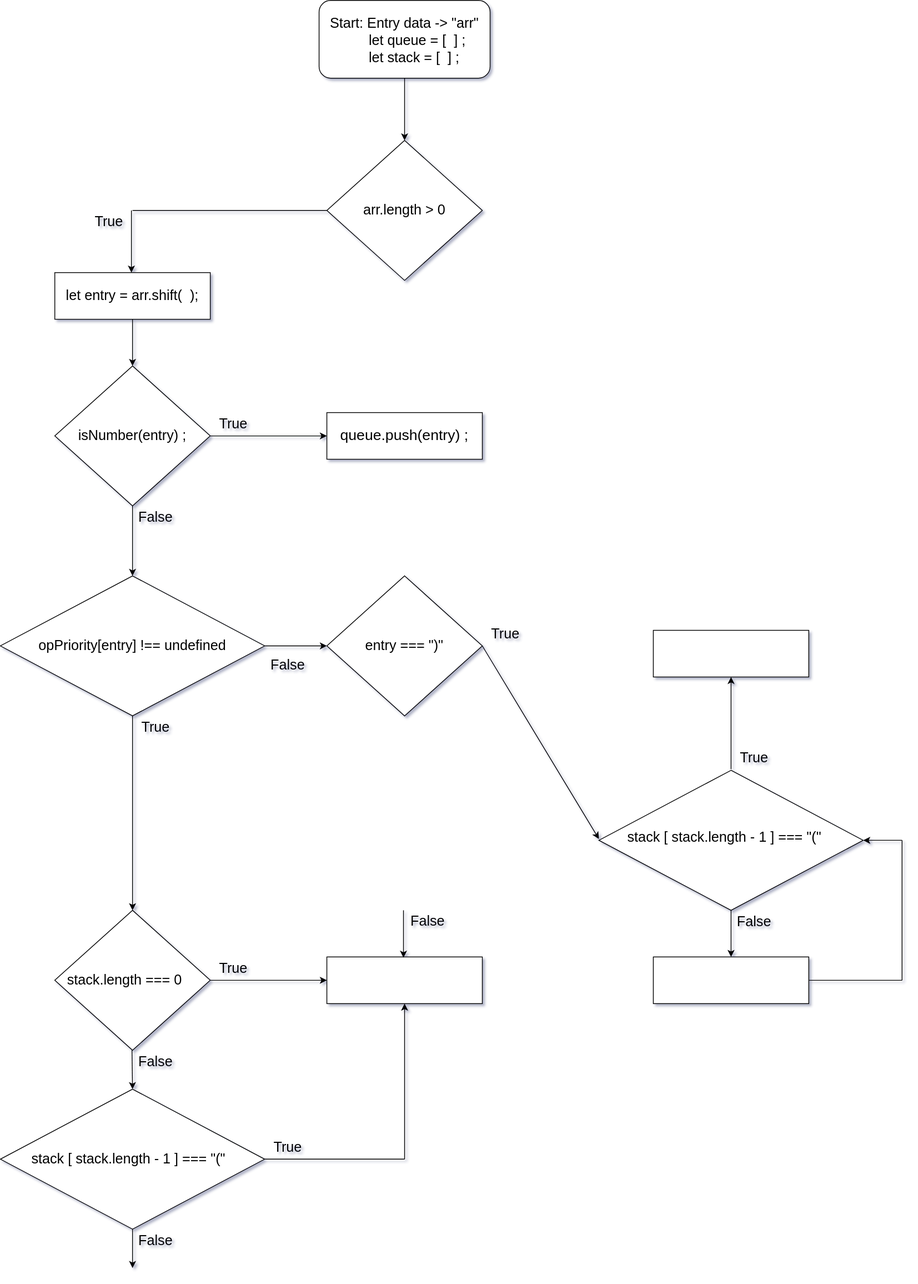
Above: Untitled Diagram.drawio.svg in jcgm3205/jcgm3205 (draw.io), before the change. Source tidied: cells renumbered, new cells last; positions are measured from the earlier drawing's top-left corner, leaving out a move shared by most shapes.
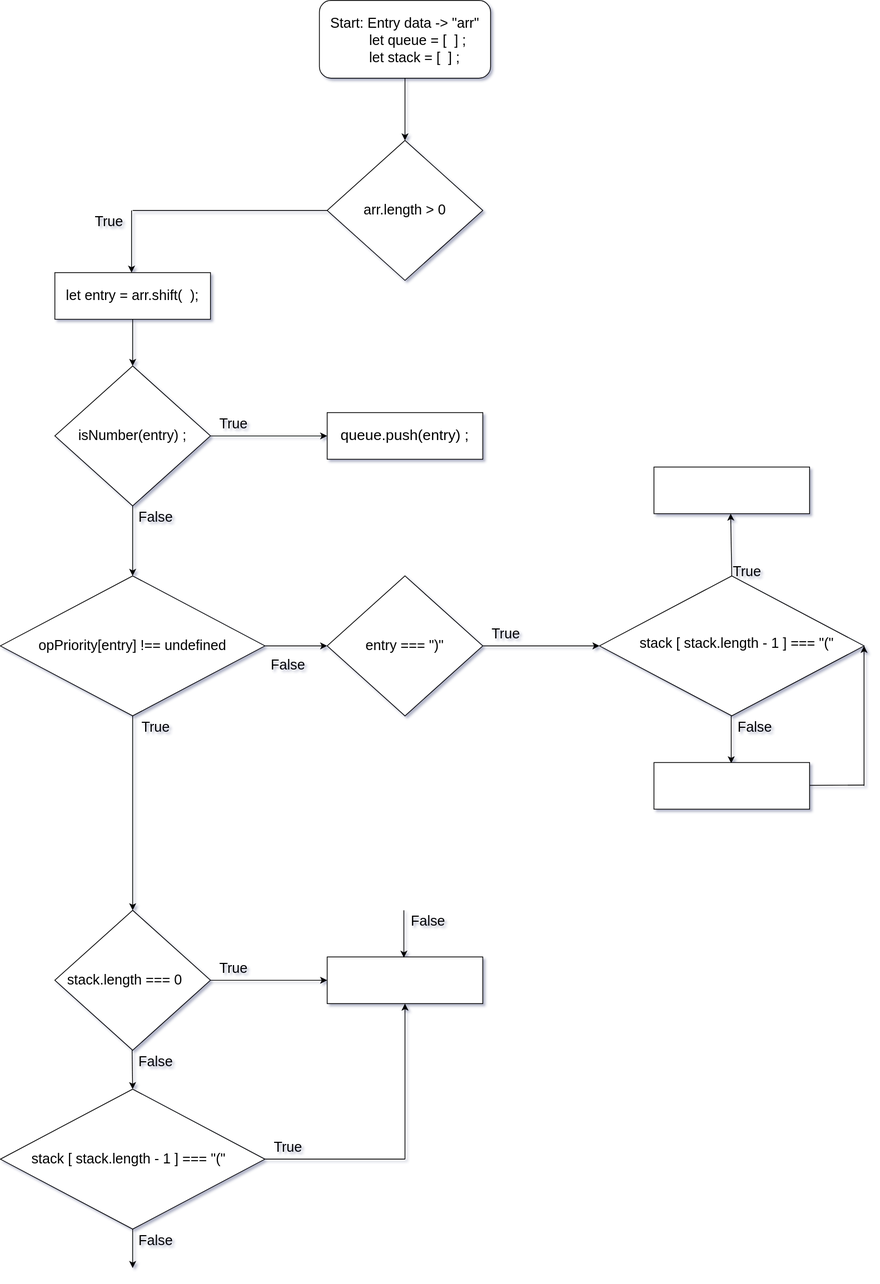
After the change.

Change to the diagram source:
```diff
@@ -93,8 +93,8 @@
     </mxCell>
     <mxCell id="28" style="endArrow=classic;html=1;rounded=0;fontSize=18;" parent="1" edge="1">
       <mxGeometry relative="1" as="geometry">
-        <mxPoint x="940" y="1169" as="sourcePoint" />
-        <mxPoint x="940" y="1230" as="targetPoint" />
+        <mxPoint x="939.3" y="920" as="sourcePoint" />
+        <mxPoint x="939.3" y="981" as="targetPoint" />
       </mxGeometry>
     </mxCell>
     <mxCell id="29" style="rounded=0;whiteSpace=wrap;html=1;fontSize=18;" parent="1" vertex="1">
@@ -155,31 +155,28 @@
     <mxCell id="43" value="False" style="text;html=1;strokeColor=none;fillColor=none;align=center;verticalAlign=middle;whiteSpace=wrap;rounded=0;fontSize=18;" parent="1" vertex="1">
       <mxGeometry x="170" y="1350" width="60" height="30" as="geometry" />
     </mxCell>
-    <mxCell id="44" style="endArrow=classic;html=1;rounded=0;fontSize=18;entryX=0;entryY=0.5;entryDx=0;entryDy=0;exitX=1;exitY=0.5;exitDx=0;exitDy=0;" parent="1" edge="1" source="24">
-      <mxGeometry relative="1" as="geometry">
-        <mxPoint x="770" y="1078.3" as="targetPoint" />
-      </mxGeometry>
+    <mxCell id="44" style="endArrow=classic;html=1;rounded=0;fontSize=18;entryX=0;entryY=0.5;entryDx=0;entryDy=0;exitX=1;exitY=0.5;exitDx=0;exitDy=0;" parent="1" edge="1" source="24" target="45">
+      <mxGeometry relative="1" as="geometry" />
     </mxCell>
     <mxCell id="45" style="rhombus;whiteSpace=wrap;html=1;fontSize=14;" parent="1" vertex="1">
-      <mxGeometry x="770" y="990" width="340" height="180" as="geometry" />
+      <mxGeometry x="770" y="740" width="340" height="180" as="geometry" />
     </mxCell>
     <mxCell id="46" value="stack [ stack.length - 1 ] === &quot;(&quot;" style="text;whiteSpace=wrap;html=1;fontSize=18;" parent="1" vertex="1">
-      <mxGeometry x="805" y="1059" width="270" height="40" as="geometry" />
+      <mxGeometry x="820" y="810" width="270" height="40" as="geometry" />
     </mxCell>
     <mxCell id="47" value="True" style="text;html=1;strokeColor=none;fillColor=none;align=center;verticalAlign=middle;whiteSpace=wrap;rounded=0;fontSize=18;" parent="1" vertex="1">
       <mxGeometry x="620" y="800" width="60" height="30" as="geometry" />
     </mxCell>
-    <mxCell id="48" style="endArrow=classic;html=1;rounded=0;fontSize=18;" parent="1" edge="1">
+    <mxCell id="48" style="endArrow=classic;html=1;rounded=0;fontSize=18;exitX=0.5;exitY=0;exitDx=0;exitDy=0;" parent="1" edge="1" source="45">
       <mxGeometry relative="1" as="geometry">
-        <mxPoint x="940" y="988.6" as="sourcePoint" />
-        <mxPoint x="940" y="870" as="targetPoint" />
+        <mxPoint x="938.6" y="660" as="targetPoint" />
       </mxGeometry>
     </mxCell>
     <mxCell id="49" value="True" style="text;html=1;strokeColor=none;fillColor=none;align=center;verticalAlign=middle;whiteSpace=wrap;rounded=0;fontSize=18;" parent="1" vertex="1">
-      <mxGeometry x="940" y="959" width="60" height="30" as="geometry" />
+      <mxGeometry x="930" y="720" width="60" height="30" as="geometry" />
     </mxCell>
     <mxCell id="50" style="rounded=0;whiteSpace=wrap;html=1;fontSize=18;" parent="1" vertex="1">
-      <mxGeometry x="840" y="810" width="200" height="60" as="geometry" />
+      <mxGeometry x="840" y="600" width="200" height="60" as="geometry" />
     </mxCell>
     <mxCell id="51" style="endArrow=classic;html=1;rounded=0;fontSize=18;" parent="1" edge="1">
       <mxGeometry relative="1" as="geometry">
@@ -188,26 +185,20 @@
       </mxGeometry>
     </mxCell>
     <mxCell id="52" value="False" style="text;html=1;strokeColor=none;fillColor=none;align=center;verticalAlign=middle;whiteSpace=wrap;rounded=0;fontSize=18;" parent="1" vertex="1">
-      <mxGeometry x="940" y="1170" width="60" height="30" as="geometry" />
+      <mxGeometry x="940" y="920" width="60" height="30" as="geometry" />
     </mxCell>
     <mxCell id="53" style="rounded=0;whiteSpace=wrap;html=1;fontSize=18;" parent="1" vertex="1">
-      <mxGeometry x="840" y="1230" width="200" height="60" as="geometry" />
+      <mxGeometry x="840" y="980" width="200" height="60" as="geometry" />
     </mxCell>
     <mxCell id="54" style="endArrow=none;html=1;rounded=0;fontSize=18;" parent="1" edge="1">
       <mxGeometry relative="1" as="geometry">
-        <mxPoint x="1040" y="1260" as="sourcePoint" />
-        <mxPoint x="1160" y="1260" as="targetPoint" />
+        <mxPoint x="1040" y="1009.3" as="sourcePoint" />
+        <mxPoint x="1110" y="1009" as="targetPoint" />
       </mxGeometry>
     </mxCell>
-    <mxCell id="55" style="endArrow=none;html=1;rounded=0;fontSize=18;" parent="1" edge="1">
-      <mxGeometry relative="1" as="geometry">
-        <mxPoint x="1160" y="1260" as="sourcePoint" />
-        <mxPoint x="1160" y="1080" as="targetPoint" />
-      </mxGeometry>
-    </mxCell>
     <mxCell id="56" style="endArrow=classic;html=1;rounded=0;fontSize=18;entryX=1;entryY=0.5;entryDx=0;entryDy=0;" parent="1" edge="1" target="45">
       <mxGeometry relative="1" as="geometry">
-        <mxPoint x="1160" y="1080" as="sourcePoint" />
+        <mxPoint x="1110" y="1010" as="sourcePoint" />
       </mxGeometry>
     </mxCell>
     <mxCell id="57" style="endArrow=none;html=1;rounded=0;fontSize=18;entryX=0;entryY=0.5;entryDx=0;entryDy=0;" parent="1" edge="1" target="5">
```
